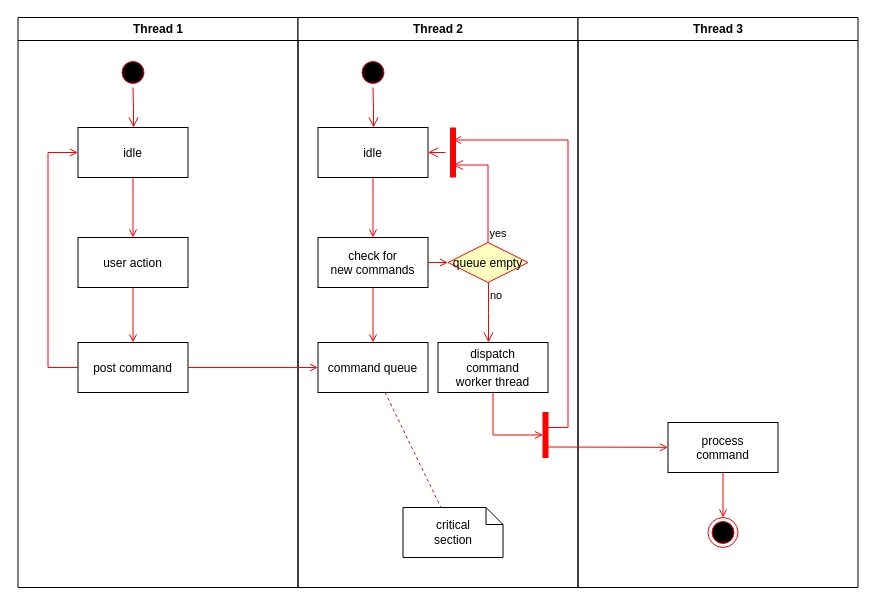
The draw.io diagram Untitled Diagram.drawio in omkardai/omkardai, before the edit. Source tidied: cells renumbered, new cells numbered last; positions are measured from the earlier drawing's top-left corner, leaving out a move shared by most shapes. Both pictures are drawn from the tidied source at 100%, with x=0, y=0 at pixel (17, 17).
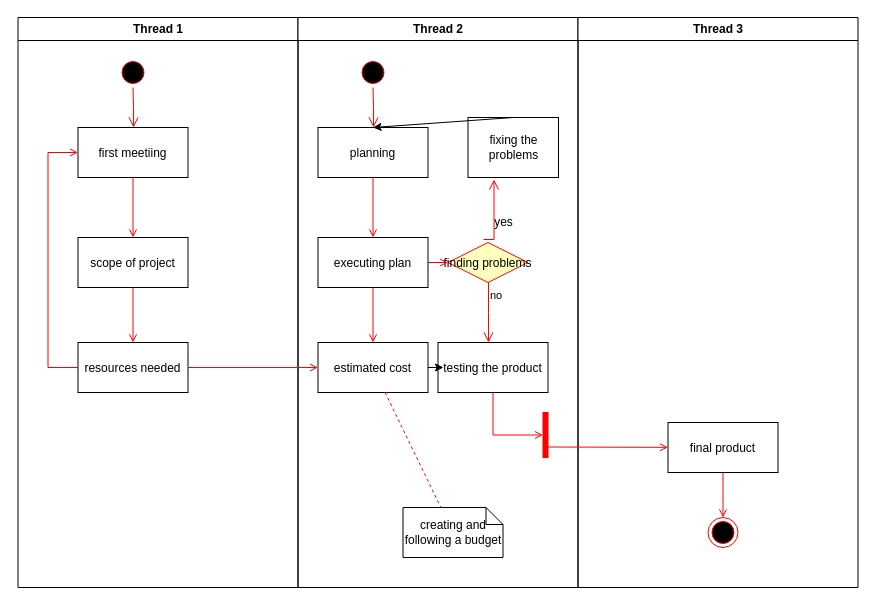
After the change.

The change refers to these unchanged cells:
```xml
<mxCell id="2" value="Thread 1" style="swimlane;whiteSpace=wrap;" parent="1" vertex="1">
  <mxGeometry x="0.5" width="280" height="570" as="geometry" />
</mxCell>
<mxCell id="11" value="Thread 2" style="swimlane;whiteSpace=wrap;" parent="1" vertex="1">
  <mxGeometry x="280.5" width="280" height="570" as="geometry" />
</mxCell>
<mxCell id="30" value="Thread 3" style="swimlane;whiteSpace=wrap;" parent="1" vertex="1">
  <mxGeometry x="560.5" width="280" height="570" as="geometry" />
</mxCell>
```

The edit, as a diff of the source:
```diff
@@
-    <mxCell id="5" value="idle" parent="2" vertex="1">
+    <mxCell id="5" value="first meetiing" parent="2" vertex="1">
       <mxGeometry x="60" y="110" width="110" height="50" as="geometry" />
     </mxCell>
-    <mxCell id="6" value="user action" parent="2" vertex="1">
+    <mxCell id="6" value="scope of project" parent="2" vertex="1">
       <mxGeometry x="60" y="220" width="110" height="50" as="geometry" />
     </mxCell>
@@
-    <mxCell id="8" value="post command" parent="2" vertex="1">
+    <mxCell id="8" value="resources needed" parent="2" vertex="1">
       <mxGeometry x="60" y="325" width="110" height="50" as="geometry" />
     </mxCell>
@@
-    <mxCell id="14" value="idle" parent="11" vertex="1">
+    <mxCell id="14" value="planning" parent="11" vertex="1">
       <mxGeometry x="20" y="110" width="110" height="50" as="geometry" />
     </mxCell>
-    <mxCell id="15" value="check for &#10;new commands" parent="11" vertex="1">
+    <mxCell id="15" value="executing plan" parent="11" vertex="1">
       <mxGeometry x="20" y="220" width="110" height="50" as="geometry" />
     </mxCell>
@@
-    <mxCell id="17" value="command queue" parent="11" vertex="1">
+    <mxCell id="17" value="estimated cost" parent="11" vertex="1">
       <mxGeometry x="20" y="325" width="110" height="50" as="geometry" />
     </mxCell>
@@
-    <mxCell id="19" value="queue empty" style="rhombus;fillColor=#ffffc0;strokeColor=#ff0000;" parent="11" vertex="1">
+    <mxCell id="19" value="finding problems" style="rhombus;fillColor=#ffffc0;strokeColor=#ff0000;" parent="11" vertex="1">
       <mxGeometry x="150" y="225" width="80" height="40" as="geometry" />
     </mxCell>
-    <mxCell id="20" value="yes" style="edgeStyle=elbowEdgeStyle;elbow=horizontal;align=left;verticalAlign=bottom;endArrow=open;endSize=8;strokeColor=#FF0000;exitX=0.5;exitY=0;endFill=1;rounded=0;entryX=0.75;entryY=0.5;entryPerimeter=0;" parent="11" edge="1" source="19" target="23">
-      <mxGeometry x="-1" relative="1" as="geometry">
-        <Array as="points">
-          <mxPoint x="190" y="180" />
-        </Array>
-      </mxGeometry>
-    </mxCell>
@@
-    <mxCell id="23" style="shape=line;strokeWidth=6;strokeColor=#ff0000;rotation=90;" parent="11" vertex="1">
-      <mxGeometry x="130" y="127.5" width="50" height="15" as="geometry" />
-    </mxCell>
-    <mxCell id="24" style="edgeStyle=elbowEdgeStyle;elbow=horizontal;verticalAlign=bottom;endArrow=open;endSize=8;strokeColor=#FF0000;endFill=1;rounded=0;" parent="11" edge="1" source="23" target="14">
-      <mxGeometry x="130" y="90" as="geometry" />
+    <mxCell id="24" style="edgeStyle=elbowEdgeStyle;elbow=horizontal;verticalAlign=bottom;endArrow=open;endSize=8;strokeColor=#FF0000;endFill=1;rounded=0;" parent="11" edge="1">
+      <mxGeometry x="130" y="90" as="geometry">
+        <mxPoint x="185.5" y="222" as="sourcePoint" />
+        <mxPoint x="196.5" y="162" as="targetPoint" />
+        <Array as="points">
+          <mxPoint x="196" y="182" />
+        </Array>
+      </mxGeometry>
     </mxCell>
-    <mxCell id="25" value="dispatch&#10;command&#10;worker thread" parent="11" vertex="1">
+    <mxCell id="25" value="testing the product" parent="11" vertex="1">
       <mxGeometry x="140" y="325" width="110" height="50" as="geometry" />
     </mxCell>
-    <mxCell id="26" value="critical&#10;section" style="shape=note;whiteSpace=wrap;size=17;" parent="11" vertex="1">
+    <mxCell id="26" value="creating and following a budget" style="shape=note;whiteSpace=wrap;size=17;" parent="11" vertex="1">
       <mxGeometry x="105" y="490" width="100" height="50" as="geometry" />
     </mxCell>
@@
+    <mxCell id="37" value="fixing the problems" style="rounded=0;whiteSpace=wrap;html=1;" parent="11" vertex="1">
+      <mxGeometry x="170" y="100" width="90.5" height="60" as="geometry" />
+    </mxCell>
+    <mxCell id="38" style="endArrow=classic;html=1;rounded=0;exitX=0.5;exitY=0;exitDx=0;exitDy=0;entryX=0.5;entryY=0;entryDx=0;entryDy=0;" parent="11" edge="1" source="37" target="14">
+      <mxGeometry relative="1" as="geometry" />
+    </mxCell>
@@
-    <mxCell id="31" value="process&#10;command" parent="30" vertex="1">
+    <mxCell id="31" value="final product" parent="30" vertex="1">
       <mxGeometry x="90" y="405" width="110" height="50" as="geometry" />
     </mxCell>
-    <mxCell id="32" style="edgeStyle=elbowEdgeStyle;elbow=horizontal;strokeColor=#FF0000;endArrow=open;endFill=1;rounded=0;entryX=0.25;entryY=0.5;entryPerimeter=0;" parent="30" edge="1" target="23">
-      <mxGeometry relative="1" as="geometry">
-        <mxPoint x="-30" y="410" as="sourcePoint" />
-        <Array as="points">
-          <mxPoint x="-10" y="135" />
-        </Array>
-      </mxGeometry>
-    </mxCell>
@@
+    <mxCell id="20" value="yes" style="text;html=1;align=center;verticalAlign=middle;strokeColor=none;fillColor=none;" parent="1" vertex="1">
+      <mxGeometry x="466" y="190" width="40" height="30" as="geometry" />
+    </mxCell>
+    <mxCell id="39" style="endArrow=classic;html=1;rounded=0;exitX=1;exitY=0.5;exitDx=0;exitDy=0;" parent="1" edge="1" source="17">
+      <mxGeometry relative="1" as="geometry">
+        <mxPoint x="426" y="350" as="targetPoint" />
+      </mxGeometry>
+    </mxCell>
```
